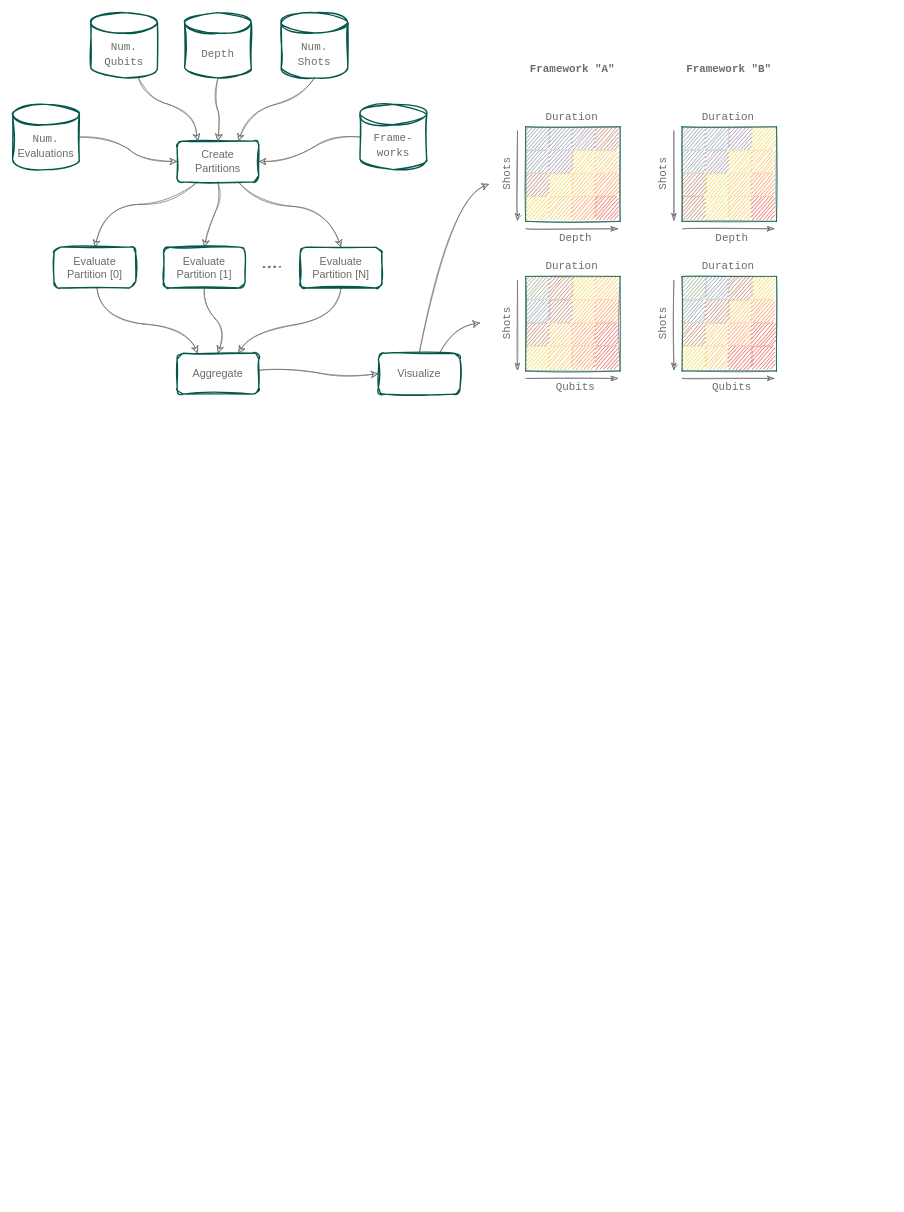
Earlier version of the draw.io diagram docs/overview.drawio (cirKITers/quafel). Source tidied: cells renumbered, new cells numbered last; positions are measured from the earlier drawing's top-left corner, leaving out a move shared by most shapes. Both pictures are drawn from the tidied source at 68%, with x=0, y=0 at pixel (12, 12).
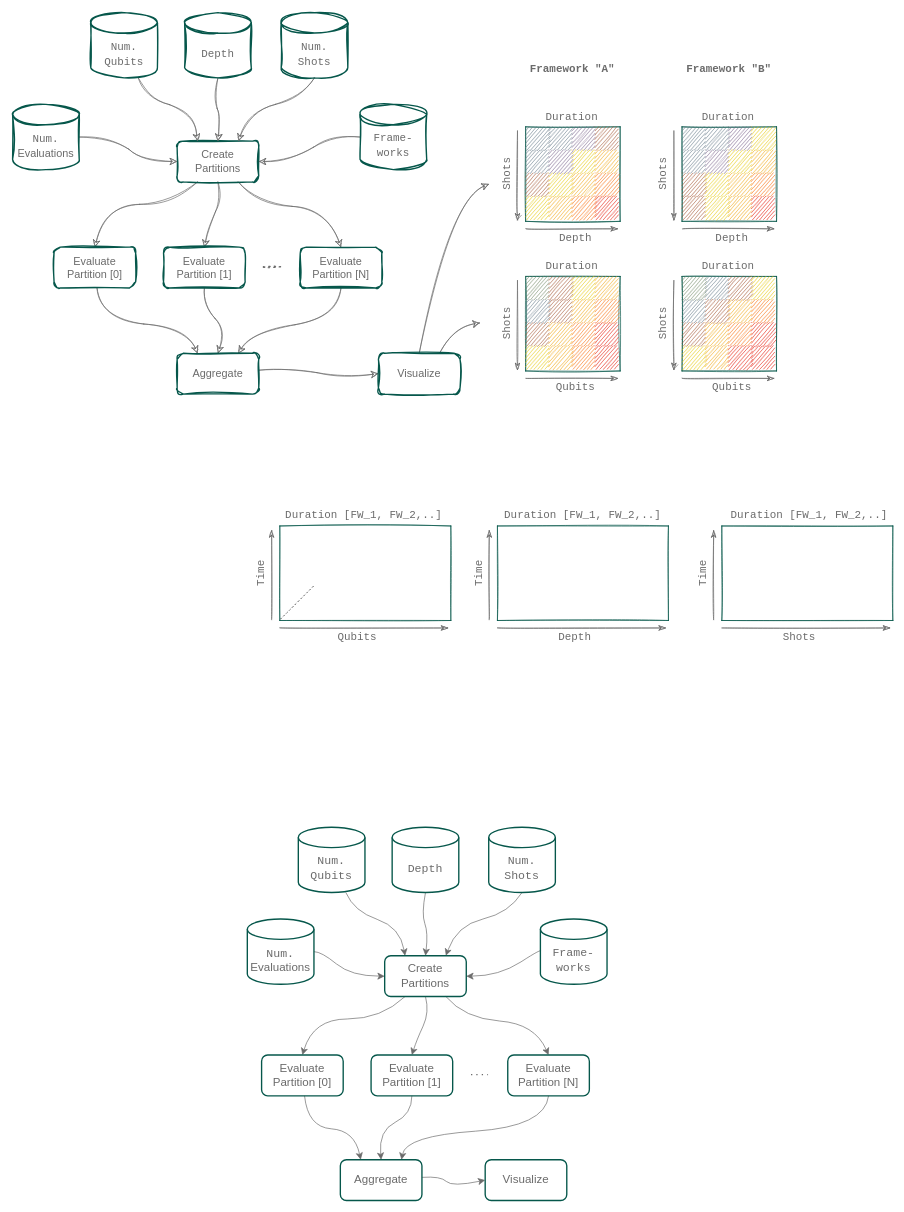
The same page after the edit.

Commit message:
added paper overview

What changed in the source:
```diff
@@
+    <mxCell id="122" value="Duration [FW_1, FW_2,..]" style="text;html=1;strokeColor=none;fillColor=none;align=center;verticalAlign=middle;whiteSpace=wrap;rounded=0;fontSize=16;fontFamily=Courier New;fontColor=#6B6B6B;" parent="1" vertex="1">
+      <mxGeometry x="398" y="725" width="237" height="30" as="geometry" />
+    </mxCell>
+    <mxCell id="123" style="rounded=0;whiteSpace=wrap;html=1;sketch=1;strokeColor=#06574B;fontFamily=Courier New;fontSize=16;fontColor=#6B6B6B;fillColor=none;" parent="1" vertex="1">
+      <mxGeometry x="393" y="755" width="251.5" height="139" as="geometry" />
+    </mxCell>
+    <mxCell id="124" value="Qubits" style="text;html=1;strokeColor=none;fillColor=none;align=center;verticalAlign=middle;whiteSpace=wrap;rounded=0;fontSize=16;fontFamily=Courier New;fontColor=#6B6B6B;" parent="1" vertex="1">
+      <mxGeometry x="435" y="908" width="144" height="21" as="geometry" />
+    </mxCell>
+    <mxCell id="125" style="endArrow=classicThin;html=1;rounded=0;sketch=1;strokeColor=#6B6B6B;fontFamily=Courier New;fontSize=12;fontColor=#6B6B6B;startSize=8;endSize=8;curved=1;endFill=1;" parent="1" edge="1">
+      <mxGeometry relative="1" as="geometry">
+        <mxPoint x="393" y="905" as="sourcePoint" />
+        <mxPoint x="641" y="905" as="targetPoint" />
+      </mxGeometry>
+    </mxCell>
+    <mxCell id="126" style="endArrow=classicThin;html=1;rounded=0;sketch=1;strokeColor=#6B6B6B;fontFamily=Courier New;fontSize=12;fontColor=#6B6B6B;startSize=8;endSize=8;curved=1;endFill=1;startArrow=none;startFill=0;" parent="1" edge="1">
+      <mxGeometry relative="1" as="geometry">
+        <mxPoint x="381" y="893" as="sourcePoint" />
+        <mxPoint x="381" y="761" as="targetPoint" />
+      </mxGeometry>
+    </mxCell>
+    <mxCell id="127" value="Time" style="text;html=1;strokeColor=none;fillColor=none;align=center;verticalAlign=middle;whiteSpace=wrap;rounded=0;fontSize=16;fontFamily=Courier New;fontColor=#6B6B6B;rotation=-90;" parent="1" vertex="1">
+      <mxGeometry x="332" y="814" width="68" height="21" as="geometry" />
+    </mxCell>
+    <mxCell id="128" style="rounded=0;whiteSpace=wrap;html=1;sketch=1;strokeColor=#06574B;fontFamily=Courier New;fontSize=16;fontColor=#6B6B6B;fillColor=none;" parent="1" vertex="1">
+      <mxGeometry x="713" y="755" width="251.5" height="139" as="geometry" />
+    </mxCell>
+    <mxCell id="129" value="Depth" style="text;html=1;strokeColor=none;fillColor=none;align=center;verticalAlign=middle;whiteSpace=wrap;rounded=0;fontSize=16;fontFamily=Courier New;fontColor=#6B6B6B;" parent="1" vertex="1">
+      <mxGeometry x="755" y="908" width="144" height="21" as="geometry" />
+    </mxCell>
+    <mxCell id="130" style="endArrow=classicThin;html=1;rounded=0;sketch=1;strokeColor=#6B6B6B;fontFamily=Courier New;fontSize=12;fontColor=#6B6B6B;startSize=8;endSize=8;curved=1;endFill=1;" parent="1" edge="1">
+      <mxGeometry relative="1" as="geometry">
+        <mxPoint x="713" y="905" as="sourcePoint" />
+        <mxPoint x="961" y="905" as="targetPoint" />
+      </mxGeometry>
+    </mxCell>
+    <mxCell id="131" style="endArrow=classicThin;html=1;rounded=0;sketch=1;strokeColor=#6B6B6B;fontFamily=Courier New;fontSize=12;fontColor=#6B6B6B;startSize=8;endSize=8;curved=1;endFill=1;startArrow=none;startFill=0;" parent="1" edge="1">
+      <mxGeometry relative="1" as="geometry">
+        <mxPoint x="701" y="893" as="sourcePoint" />
+        <mxPoint x="701" y="761" as="targetPoint" />
+      </mxGeometry>
+    </mxCell>
+    <mxCell id="132" value="Time" style="text;html=1;strokeColor=none;fillColor=none;align=center;verticalAlign=middle;whiteSpace=wrap;rounded=0;fontSize=16;fontFamily=Courier New;fontColor=#6B6B6B;rotation=-90;" parent="1" vertex="1">
+      <mxGeometry x="652" y="814" width="68" height="21" as="geometry" />
+    </mxCell>
+    <mxCell id="133" style="rounded=0;whiteSpace=wrap;html=1;sketch=1;strokeColor=#06574B;fontFamily=Courier New;fontSize=16;fontColor=#6B6B6B;fillColor=none;" parent="1" vertex="1">
+      <mxGeometry x="1043" y="755" width="251.5" height="139" as="geometry" />
+    </mxCell>
+    <mxCell id="134" value="Shots" style="text;html=1;strokeColor=none;fillColor=none;align=center;verticalAlign=middle;whiteSpace=wrap;rounded=0;fontSize=16;fontFamily=Courier New;fontColor=#6B6B6B;" parent="1" vertex="1">
+      <mxGeometry x="1085" y="908" width="144" height="21" as="geometry" />
+    </mxCell>
+    <mxCell id="135" style="endArrow=classicThin;html=1;rounded=0;sketch=1;strokeColor=#6B6B6B;fontFamily=Courier New;fontSize=12;fontColor=#6B6B6B;startSize=8;endSize=8;curved=1;endFill=1;" parent="1" edge="1">
+      <mxGeometry relative="1" as="geometry">
+        <mxPoint x="1043" y="905" as="sourcePoint" />
+        <mxPoint x="1291" y="905" as="targetPoint" />
+      </mxGeometry>
+    </mxCell>
+    <mxCell id="136" style="endArrow=classicThin;html=1;rounded=0;sketch=1;strokeColor=#6B6B6B;fontFamily=Courier New;fontSize=12;fontColor=#6B6B6B;startSize=8;endSize=8;curved=1;endFill=1;startArrow=none;startFill=0;" parent="1" edge="1">
+      <mxGeometry relative="1" as="geometry">
+        <mxPoint x="1031" y="893" as="sourcePoint" />
+        <mxPoint x="1031" y="761" as="targetPoint" />
+      </mxGeometry>
+    </mxCell>
+    <mxCell id="137" value="Time" style="text;html=1;strokeColor=none;fillColor=none;align=center;verticalAlign=middle;whiteSpace=wrap;rounded=0;fontSize=16;fontFamily=Courier New;fontColor=#6B6B6B;rotation=-90;" parent="1" vertex="1">
+      <mxGeometry x="982" y="814" width="68" height="21" as="geometry" />
+    </mxCell>
+    <mxCell id="138" style="endArrow=none;dashed=1;html=1;rounded=0;fontSize=12;startSize=8;endSize=8;curved=1;" parent="1" edge="1">
+      <mxGeometry relative="1" as="geometry">
+        <mxPoint x="394" y="892" as="sourcePoint" />
+        <mxPoint x="444" y="842" as="targetPoint" />
+      </mxGeometry>
+    </mxCell>
+    <mxCell id="139" value="Duration [FW_1, FW_2,..]" style="text;html=1;strokeColor=none;fillColor=none;align=center;verticalAlign=middle;whiteSpace=wrap;rounded=0;fontSize=16;fontFamily=Courier New;fontColor=#6B6B6B;" parent="1" vertex="1">
+      <mxGeometry x="720" y="725" width="237" height="30" as="geometry" />
+    </mxCell>
+    <mxCell id="140" value="Duration [FW_1, FW_2,..]" style="text;html=1;strokeColor=none;fillColor=none;align=center;verticalAlign=middle;whiteSpace=wrap;rounded=0;fontSize=16;fontFamily=Courier New;fontColor=#6B6B6B;" parent="1" vertex="1">
+      <mxGeometry x="1053" y="725" width="237" height="30" as="geometry" />
+    </mxCell>
+    <mxCell id="141" style="edgeStyle=none;curved=1;rounded=0;jettySize=auto;html=1;exitX=0.25;exitY=1;exitDx=0;exitDy=0;entryX=0.5;entryY=0;entryDx=0;entryDy=0;strokeColor=#6B6B6B;fontFamily=Courier New;fontSize=17;fontColor=#6B6B6B;startSize=8;endSize=8;" parent="1" edge="1" source="144" target="152">
+      <mxGeometry relative="1" as="geometry">
+        <Array as="points">
+          <mxPoint x="542.2" y="1480" />
+          <mxPoint x="442.2" y="1480" />
+        </Array>
+      </mxGeometry>
+    </mxCell>
+    <mxCell id="142" style="edgeStyle=none;curved=1;rounded=0;jettySize=auto;html=1;exitX=0.5;exitY=1;exitDx=0;exitDy=0;entryX=0.5;entryY=0;entryDx=0;entryDy=0;strokeColor=#6B6B6B;fontFamily=Courier New;fontSize=17;fontColor=#6B6B6B;startSize=8;endSize=8;" parent="1" edge="1" source="144" target="154">
+      <mxGeometry relative="1" as="geometry">
+        <Array as="points">
+          <mxPoint x="613.2" y="1470" />
+          <mxPoint x="594.2" y="1511" />
+        </Array>
+      </mxGeometry>
+    </mxCell>
+    <mxCell id="143" style="edgeStyle=none;curved=1;rounded=0;jettySize=auto;html=1;exitX=0.75;exitY=1;exitDx=0;exitDy=0;entryX=0.5;entryY=0;entryDx=0;entryDy=0;strokeColor=#6B6B6B;fontFamily=Courier New;fontSize=17;fontColor=#6B6B6B;startSize=8;endSize=8;" parent="1" edge="1" source="144" target="156">
+      <mxGeometry relative="1" as="geometry">
+        <Array as="points">
+          <mxPoint x="664.2" y="1479" />
+          <mxPoint x="768.2" y="1487" />
+        </Array>
+      </mxGeometry>
+    </mxCell>
+    <mxCell id="144" value="Create&lt;br style=&quot;font-size: 17px;&quot;&gt;Partitions" style="rounded=1;whiteSpace=wrap;html=1;fontSize=17;fillColor=none;strokeColor=#06574B;fontColor=#6B6B6B;strokeWidth=2;" parent="1" vertex="1">
+      <mxGeometry x="547.2" y="1387" width="120" height="60" as="geometry" />
+    </mxCell>
+    <mxCell id="145" style="edgeStyle=none;curved=1;rounded=0;jettySize=auto;html=1;entryX=0.25;entryY=0;entryDx=0;entryDy=0;fontFamily=Courier New;fontSize=17;fontColor=#6B6B6B;startSize=8;endSize=8;strokeColor=#6B6B6B;" parent="1" edge="1" source="146" target="144">
+      <mxGeometry relative="1" as="geometry">
+        <Array as="points">
+          <mxPoint x="502.2" y="1322" />
+          <mxPoint x="570.2" y="1345" />
+        </Array>
+      </mxGeometry>
+    </mxCell>
+    <mxCell id="146" value="&lt;font face=&quot;Courier New&quot; style=&quot;font-size: 17px;&quot;&gt;Num.&lt;br style=&quot;font-size: 17px;&quot;&gt;Qubits&lt;/font&gt;" style="shape=cylinder3;whiteSpace=wrap;html=1;boundedLbl=1;backgroundOutline=1;size=15;strokeColor=#06574B;fontSize=17;fontColor=#6B6B6B;fillColor=none;strokeWidth=2;" parent="1" vertex="1">
+      <mxGeometry x="420.2" y="1198" width="98" height="96" as="geometry" />
+    </mxCell>
+    <mxCell id="147" style="edgeStyle=none;curved=1;rounded=0;jettySize=auto;html=1;exitX=0.5;exitY=1;exitDx=0;exitDy=0;exitPerimeter=0;entryX=0.5;entryY=0;entryDx=0;entryDy=0;strokeColor=#6B6B6B;fontFamily=Courier New;fontSize=17;fontColor=#6B6B6B;startSize=8;endSize=8;" parent="1" edge="1" source="148" target="144">
+      <mxGeometry relative="1" as="geometry">
+        <Array as="points">
+          <mxPoint x="601.2" y="1326" />
+          <mxPoint x="611.2" y="1353" />
+        </Array>
+      </mxGeometry>
+    </mxCell>
+    <mxCell id="148" value="&lt;font face=&quot;Courier New&quot; style=&quot;font-size: 17px;&quot;&gt;Depth&lt;/font&gt;" style="shape=cylinder3;whiteSpace=wrap;html=1;boundedLbl=1;backgroundOutline=1;size=15;strokeColor=#06574B;fontSize=17;fontColor=#6B6B6B;fillColor=none;strokeWidth=2;" parent="1" vertex="1">
+      <mxGeometry x="558.2" y="1198" width="98" height="96" as="geometry" />
+    </mxCell>
+    <mxCell id="149" style="edgeStyle=none;curved=1;rounded=0;jettySize=auto;html=1;exitX=0.5;exitY=1;exitDx=0;exitDy=0;exitPerimeter=0;entryX=0.75;entryY=0;entryDx=0;entryDy=0;strokeColor=#6B6B6B;fontFamily=Courier New;fontSize=17;fontColor=#6B6B6B;startSize=8;endSize=8;" parent="1" edge="1" source="150" target="144">
+      <mxGeometry relative="1" as="geometry">
+        <Array as="points">
+          <mxPoint x="730.2" y="1324" />
+          <mxPoint x="653.2" y="1342" />
+        </Array>
+      </mxGeometry>
+    </mxCell>
+    <mxCell id="150" value="&lt;font face=&quot;Courier New&quot; style=&quot;font-size: 17px;&quot;&gt;Num.&lt;br style=&quot;font-size: 17px;&quot;&gt;Shots&lt;/font&gt;" style="shape=cylinder3;whiteSpace=wrap;html=1;boundedLbl=1;backgroundOutline=1;size=15;strokeColor=#06574B;fontSize=17;fontColor=#6B6B6B;fillColor=none;strokeWidth=2;" parent="1" vertex="1">
+      <mxGeometry x="700.2" y="1198" width="98" height="96" as="geometry" />
+    </mxCell>
+    <mxCell id="151" style="edgeStyle=none;curved=1;rounded=0;jettySize=auto;html=1;entryX=0.25;entryY=0;entryDx=0;entryDy=0;strokeColor=#6B6B6B;fontFamily=Courier New;fontSize=17;fontColor=#6B6B6B;startSize=8;endSize=8;" parent="1" edge="1" source="152" target="158">
+      <mxGeometry relative="1" as="geometry">
+        <Array as="points">
+          <mxPoint x="434.2" y="1639" />
+          <mxPoint x="503" y="1644" />
+        </Array>
+      </mxGeometry>
+    </mxCell>
+    <mxCell id="152" value="Evaluate &lt;br style=&quot;font-size: 17px;&quot;&gt;Partition [0]" style="rounded=1;whiteSpace=wrap;html=1;fontSize=17;fillColor=none;strokeColor=#06574B;fontColor=#6B6B6B;strokeWidth=2;" parent="1" vertex="1">
+      <mxGeometry x="366.2" y="1533" width="120" height="60" as="geometry" />
+    </mxCell>
+    <mxCell id="153" style="edgeStyle=none;curved=1;rounded=0;jettySize=auto;html=1;exitX=0.5;exitY=1;exitDx=0;exitDy=0;entryX=0.5;entryY=0;entryDx=0;entryDy=0;strokeColor=#6B6B6B;fontFamily=Courier New;fontSize=17;fontColor=#6B6B6B;startSize=8;endSize=8;" parent="1" edge="1" source="154" target="158">
+      <mxGeometry relative="1" as="geometry">
+        <Array as="points">
+          <mxPoint x="587.2" y="1620" />
+          <mxPoint x="538" y="1644" />
+        </Array>
+      </mxGeometry>
+    </mxCell>
+    <mxCell id="154" value="Evaluate&lt;br style=&quot;font-size: 17px;&quot;&gt;Partition [1]" style="rounded=1;whiteSpace=wrap;html=1;fontSize=17;fillColor=none;strokeColor=#06574B;fontColor=#6B6B6B;strokeWidth=2;" parent="1" vertex="1">
+      <mxGeometry x="527.2" y="1533" width="120" height="60" as="geometry" />
+    </mxCell>
+    <mxCell id="155" style="edgeStyle=none;curved=1;rounded=0;jettySize=auto;html=1;exitX=0.5;exitY=1;exitDx=0;exitDy=0;entryX=0.75;entryY=0;entryDx=0;entryDy=0;strokeColor=#6B6B6B;fontFamily=Courier New;fontSize=17;fontColor=#6B6B6B;startSize=8;endSize=8;" parent="1" edge="1" source="156" target="158">
+      <mxGeometry relative="1" as="geometry">
+        <Array as="points">
+          <mxPoint x="783.2" y="1638" />
+          <mxPoint x="578" y="1652" />
+        </Array>
+      </mxGeometry>
+    </mxCell>
+    <mxCell id="156" value="Evaluate&lt;br style=&quot;font-size: 17px;&quot;&gt;Partition [N]" style="rounded=1;whiteSpace=wrap;html=1;fontSize=17;fillColor=none;strokeColor=#06574B;fontColor=#6B6B6B;strokeWidth=2;" parent="1" vertex="1">
+      <mxGeometry x="728.2" y="1533" width="120" height="60" as="geometry" />
+    </mxCell>
+    <mxCell id="157" style="edgeStyle=none;curved=1;rounded=0;jettySize=auto;html=1;entryX=0;entryY=0.5;entryDx=0;entryDy=0;fontSize=17;startSize=8;endSize=8;fontFamily=Courier New;strokeColor=#6B6B6B;fontColor=#6B6B6B;" parent="1" edge="1" source="158" target="159">
+      <mxGeometry relative="1" as="geometry">
+        <Array as="points">
+          <mxPoint x="630" y="1711" />
+          <mxPoint x="646" y="1727" />
+        </Array>
+      </mxGeometry>
+    </mxCell>
+    <mxCell id="158" value="Aggregate" style="rounded=1;whiteSpace=wrap;html=1;fontSize=17;fillColor=none;strokeColor=#06574B;fontColor=#6B6B6B;strokeWidth=2;" parent="1" vertex="1">
+      <mxGeometry x="482" y="1687" width="120" height="60" as="geometry" />
+    </mxCell>
+    <mxCell id="159" value="Visualize" style="rounded=1;whiteSpace=wrap;html=1;fontSize=17;fillColor=none;strokeColor=#06574B;fontColor=#6B6B6B;strokeWidth=2;" parent="1" vertex="1">
+      <mxGeometry x="695" y="1687" width="120" height="60" as="geometry" />
+    </mxCell>
+    <mxCell id="160" style="endArrow=none;dashed=1;html=1;dashPattern=1 3;strokeWidth=2;rounded=0;strokeColor=#6B6B6B;fontFamily=Courier New;fontSize=17;fontColor=#6B6B6B;startSize=8;endSize=8;curved=1;" parent="1" edge="1">
+      <mxGeometry relative="1" as="geometry">
+        <mxPoint x="674.2" y="1561.8" as="sourcePoint" />
+        <mxPoint x="699.2" y="1561.8" as="targetPoint" />
+      </mxGeometry>
+    </mxCell>
+    <mxCell id="161" style="edgeStyle=none;curved=1;rounded=0;jettySize=auto;html=1;exitX=1;exitY=0.5;exitDx=0;exitDy=0;exitPerimeter=0;entryX=0;entryY=0.5;entryDx=0;entryDy=0;strokeColor=#6B6B6B;fontFamily=Courier New;fontSize=17;fontColor=#6B6B6B;startArrow=none;startFill=0;endArrow=classic;endFill=1;startSize=8;endSize=8;" parent="1" edge="1" source="162" target="144">
+      <mxGeometry relative="1" as="geometry">
+        <Array as="points">
+          <mxPoint x="454.2" y="1381" />
+          <mxPoint x="498.2" y="1417" />
+        </Array>
+      </mxGeometry>
+    </mxCell>
+    <mxCell id="162" value="&lt;font face=&quot;Courier New&quot; style=&quot;font-size: 17px;&quot;&gt;Num.&lt;br style=&quot;font-size: 17px;&quot;&gt;&lt;/font&gt;Evaluations" style="shape=cylinder3;whiteSpace=wrap;html=1;boundedLbl=1;backgroundOutline=1;size=15;strokeColor=#06574B;fontSize=17;fontColor=#6B6B6B;fillColor=none;strokeWidth=2;" parent="1" vertex="1">
+      <mxGeometry x="345.2" y="1333" width="98" height="96" as="geometry" />
+    </mxCell>
+    <mxCell id="163" style="edgeStyle=none;curved=1;rounded=0;jettySize=auto;html=1;exitX=0;exitY=0.5;exitDx=0;exitDy=0;exitPerimeter=0;entryX=1;entryY=0.5;entryDx=0;entryDy=0;strokeColor=#6B6B6B;fontFamily=Courier New;fontSize=17;fontColor=#6B6B6B;startArrow=none;startFill=0;endArrow=classic;endFill=1;startSize=8;endSize=8;" parent="1" edge="1" source="164" target="144">
+      <mxGeometry relative="1" as="geometry">
+        <Array as="points">
+          <mxPoint x="780.2" y="1375" />
+          <mxPoint x="715.2" y="1417" />
+        </Array>
+      </mxGeometry>
+    </mxCell>
+    <mxCell id="164" value="&lt;font face=&quot;Courier New&quot; style=&quot;font-size: 17px;&quot;&gt;Frame-&lt;br style=&quot;font-size: 17px;&quot;&gt;works&lt;br style=&quot;font-size: 17px;&quot;&gt;&lt;/font&gt;" style="shape=cylinder3;whiteSpace=wrap;html=1;boundedLbl=1;backgroundOutline=1;size=15;strokeColor=#06574B;fontSize=17;fontColor=#6B6B6B;fillColor=none;strokeWidth=2;" parent="1" vertex="1">
+      <mxGeometry x="776.2" y="1333" width="98" height="96" as="geometry" />
+    </mxCell>
```
